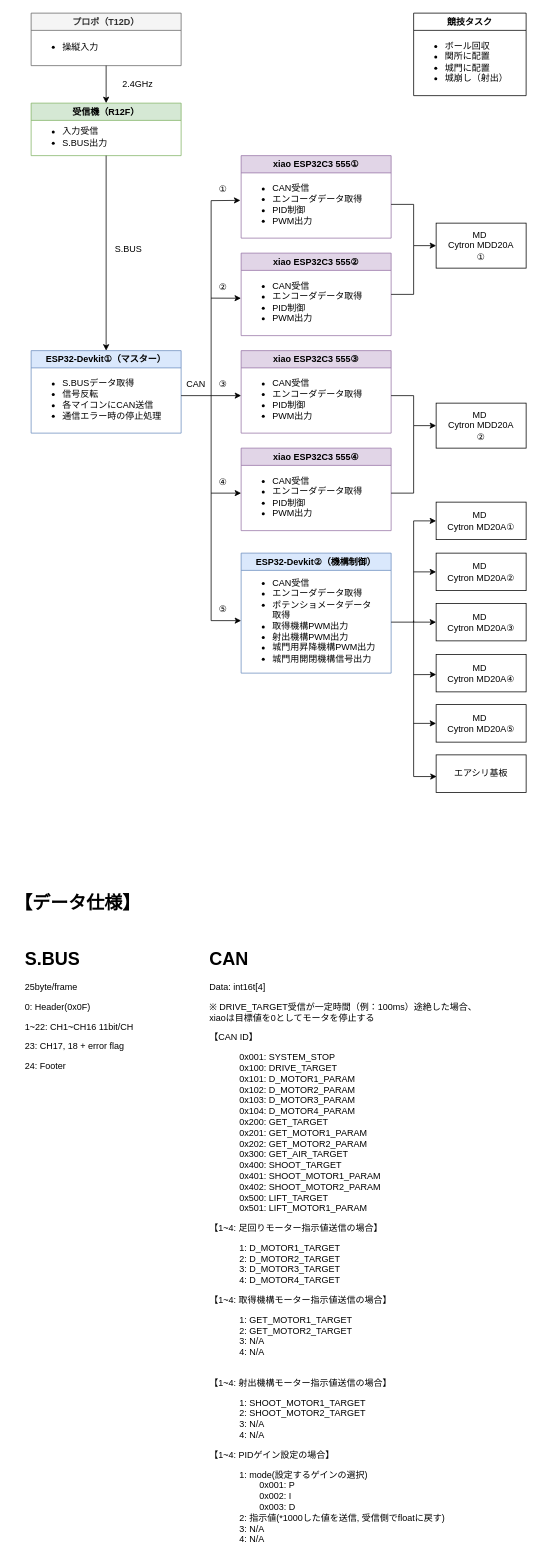
Earlier version of the draw.io diagram とうロボ2026_G-robo_システム構成.drawio (e3kef/tourobo2026-Grobo). Source tidied: cells renumbered, new cells numbered last; positions are measured from the earlier drawing's top-left corner, leaving out a move shared by most shapes. Both pictures are drawn from the tidied source at 75%, with x=0, y=0 at pixel (13, 13).
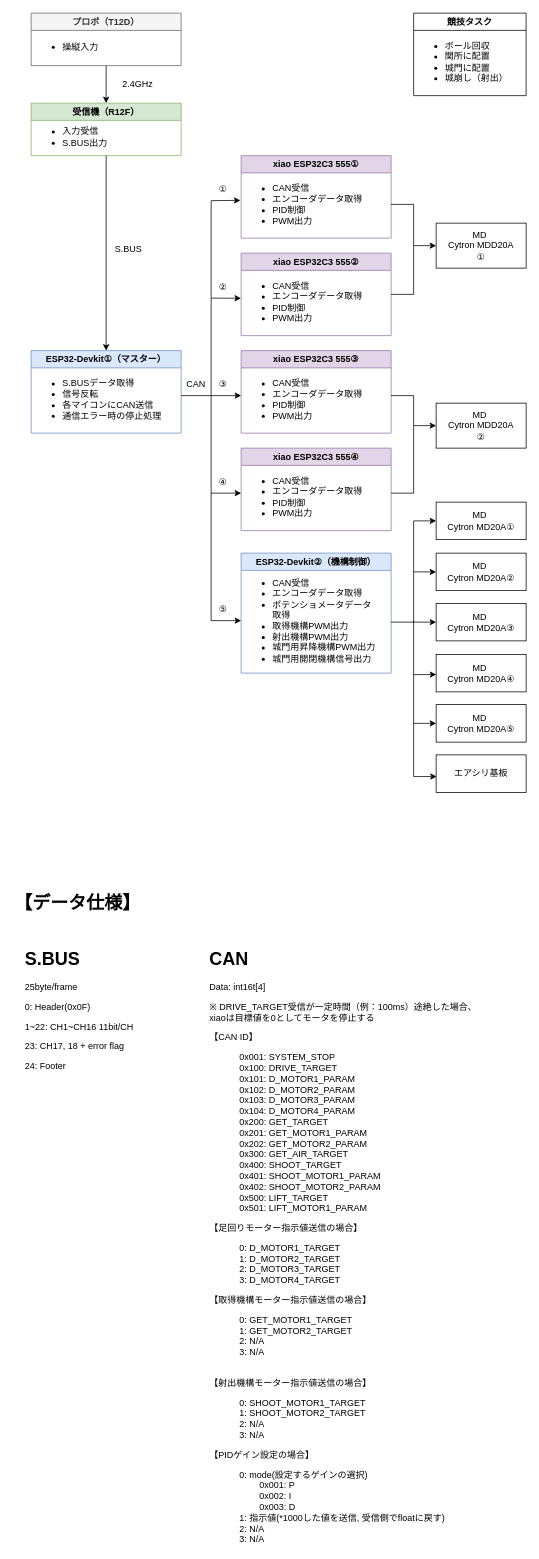
After the change.

The edit, as a diff of the source:
```diff
@@
-    <mxCell id="56" value="&lt;h1 style=&quot;margin-top: 0px;&quot;&gt;CAN&lt;/h1&gt;&lt;p&gt;Data: int16t[4]&lt;/p&gt;&lt;p&gt;※ DRIVE_TARGET受信が一定時間（例：100ms）途絶した場合、&lt;br&gt;xiaoは目標値を0としてモータを停止する&lt;/p&gt;&lt;p&gt;【CAN ID】&lt;/p&gt;&lt;blockquote&gt;0x001: SYSTEM_STOP&lt;br&gt;0x100: DRIVE_TARGET&lt;br&gt;0x101: D_MOTOR1_PARAM&lt;br&gt;0x102: D_MOTOR2_PARAM&lt;br&gt;0x103: D_MOTOR3_PARAM&lt;br&gt;0x104: D_MOTOR4_PARAM&lt;br&gt;0x200: GET_TARGET&lt;br&gt;0x201: GET_MOTOR1_PARAM&lt;br&gt;0x202: GET_MOTOR2_PARAM&lt;br&gt;0x300: GET_AIR_TARGET&lt;br&gt;0x400: SHOOT_TARGET&lt;br&gt;0x401: SHOOT_MOTOR1_PARAM&lt;br&gt;0x402: SHOOT_MOTOR2_PARAM&lt;br&gt;0x500: LIFT_TARGET&lt;br&gt;0x501: LIFT_MOTOR1_PARAM&lt;/blockquote&gt;&lt;p&gt;【1~4: 足回りモーター指示値送信の場合】&lt;/p&gt;&lt;blockquote&gt;1: D_MOTOR1_TARGET&lt;br&gt;2: D_MOTOR2_TARGET&lt;br&gt;3: D_MOTOR3_TARGET&lt;br&gt;4: D_MOTOR4_TARGET&lt;/blockquote&gt;&lt;p&gt;【1~4: 取得機構モーター指示値送信の場合】&lt;/p&gt;&lt;blockquote&gt;1: GET_MOTOR1_TARGET&lt;br&gt;2: GET_MOTOR2_TARGET&lt;br&gt;3: N/A&lt;br&gt;4: N/A&lt;br&gt;&lt;br&gt;&lt;/blockquote&gt;&lt;p&gt;【1~4: 射出機構モーター指示値送信の場合】&lt;/p&gt;&lt;blockquote&gt;1: SHOOT_MOTOR1_TARGET&lt;br&gt;2: SHOOT_MOTOR2_TARGET&lt;br&gt;3: N/A&lt;br&gt;4: N/A&lt;/blockquote&gt;&lt;p&gt;【1~4: PIDゲイン設定の場合】&lt;/p&gt;&lt;blockquote&gt;1: mode(設定するゲインの選択)&lt;br&gt;&lt;span style=&quot;white-space: pre;&quot;&gt;&#9;0x001: P &lt;br&gt;&lt;span style=&quot;white-space: pre;&quot;&gt;&#9;0x002: I&lt;br&gt;&lt;span style=&quot;white-space: pre;&quot;&gt;&#9;&lt;/span&gt;0x003: D&lt;br&gt;&lt;/span&gt;&lt;/span&gt;2: 指示値(*1000した値を送信, 受信側でfloatに戻す)&lt;br&gt;3: N/A&lt;br&gt;4: N/A&lt;/blockquote&gt;" style="text;html=1;whiteSpace=wrap;overflow=hidden;rounded=0;" parent="1" vertex="1">
+    <mxCell id="56" value="&lt;h1 style=&quot;margin-top: 0px;&quot;&gt;CAN&lt;/h1&gt;&lt;p&gt;Data: int16t[4]&lt;/p&gt;&lt;p&gt;※ DRIVE_TARGET受信が一定時間（例：100ms）途絶した場合、&lt;br&gt;xiaoは目標値を0としてモータを停止する&lt;/p&gt;&lt;p&gt;【CAN ID】&lt;/p&gt;&lt;blockquote&gt;0x001: SYSTEM_STOP&lt;br&gt;0x100: DRIVE_TARGET&lt;br&gt;0x101: D_MOTOR1_PARAM&lt;br&gt;0x102: D_MOTOR2_PARAM&lt;br&gt;0x103: D_MOTOR3_PARAM&lt;br&gt;0x104: D_MOTOR4_PARAM&lt;br&gt;0x200: GET_TARGET&lt;br&gt;0x201: GET_MOTOR1_PARAM&lt;br&gt;0x202: GET_MOTOR2_PARAM&lt;br&gt;0x300: GET_AIR_TARGET&lt;br&gt;0x400: SHOOT_TARGET&lt;br&gt;0x401: SHOOT_MOTOR1_PARAM&lt;br&gt;0x402: SHOOT_MOTOR2_PARAM&lt;br&gt;0x500: LIFT_TARGET&lt;br&gt;0x501: LIFT_MOTOR1_PARAM&lt;/blockquote&gt;&lt;p&gt;【足回りモーター指示値送信の場合】&lt;/p&gt;&lt;blockquote&gt;0: D_MOTOR1_TARGET&lt;br&gt;1: D_MOTOR2_TARGET&lt;br&gt;2: D_MOTOR3_TARGET&lt;br&gt;3: D_MOTOR4_TARGET&lt;/blockquote&gt;&lt;p&gt;【取得機構モーター指示値送信の場合】&lt;/p&gt;&lt;blockquote&gt;0: GET_MOTOR1_TARGET&lt;br&gt;1: GET_MOTOR2_TARGET&lt;br&gt;2: N/A&lt;br&gt;3: N/A&lt;br&gt;&lt;br&gt;&lt;/blockquote&gt;&lt;p&gt;【射出機構モーター指示値送信の場合】&lt;/p&gt;&lt;blockquote&gt;0: SHOOT_MOTOR1_TARGET&lt;br&gt;1: SHOOT_MOTOR2_TARGET&lt;br&gt;2: N/A&lt;br&gt;3: N/A&lt;/blockquote&gt;&lt;p&gt;【PIDゲイン設定の場合】&lt;/p&gt;&lt;blockquote&gt;0: mode(設定するゲインの選択)&lt;br&gt;&lt;span style=&quot;white-space: pre;&quot;&gt;&#9;0x001: P &lt;br&gt;&lt;span style=&quot;white-space: pre;&quot;&gt;&#9;0x002: I&lt;br&gt;&lt;span style=&quot;white-space: pre;&quot;&gt;&#9;&lt;/span&gt;0x003: D&lt;br&gt;&lt;/span&gt;&lt;/span&gt;1: 指示値(*1000した値を送信, 受信側でfloatに戻す)&lt;br&gt;2: N/A&lt;br&gt;3: N/A&lt;/blockquote&gt;" style="text;html=1;whiteSpace=wrap;overflow=hidden;rounded=0;" parent="1" vertex="1">
       <mxGeometry x="260" y="1240" width="364" height="800" as="geometry" />
     </mxCell>
```
